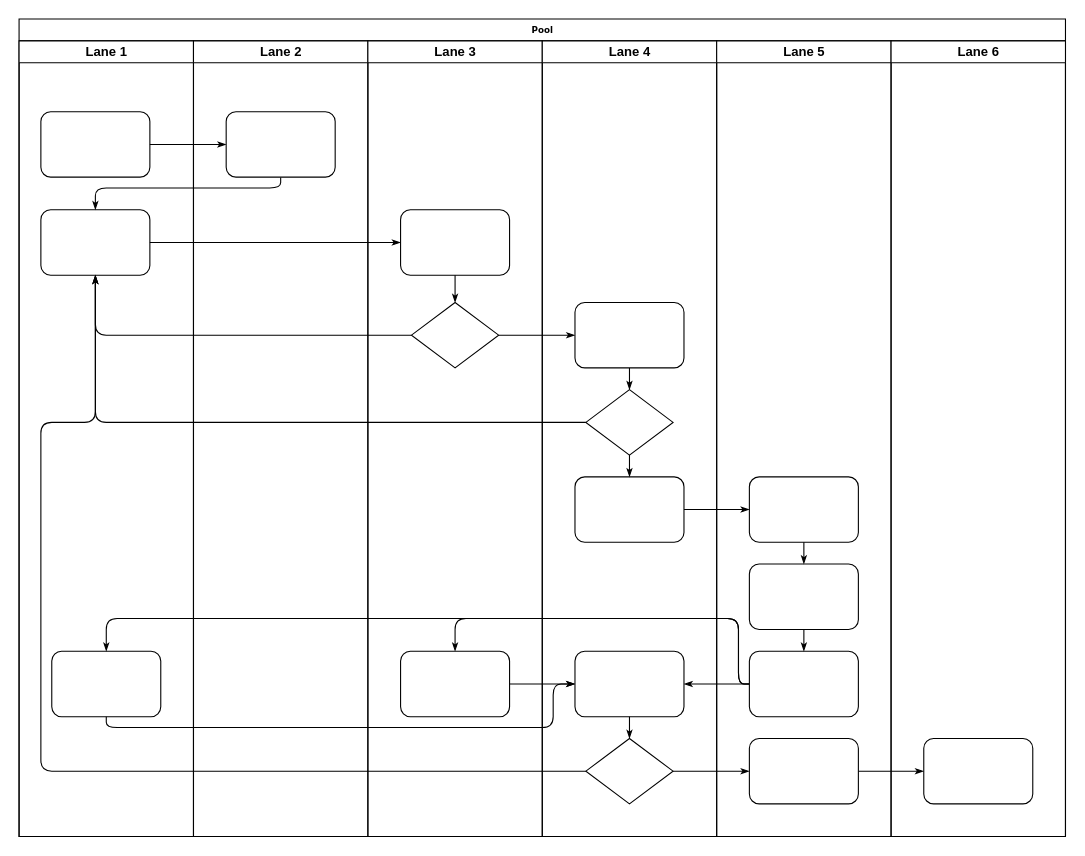
The draw.io diagram wiki_work/未命名绘图.drawio in xueye9/study, before the edit. Source tidied: cells renumbered, new cells numbered last; positions are measured from the earlier drawing's top-left corner, leaving out a move shared by most shapes. Both pictures are drawn from the tidied source at 109%, with x=0, y=0 at pixel (19, 19).
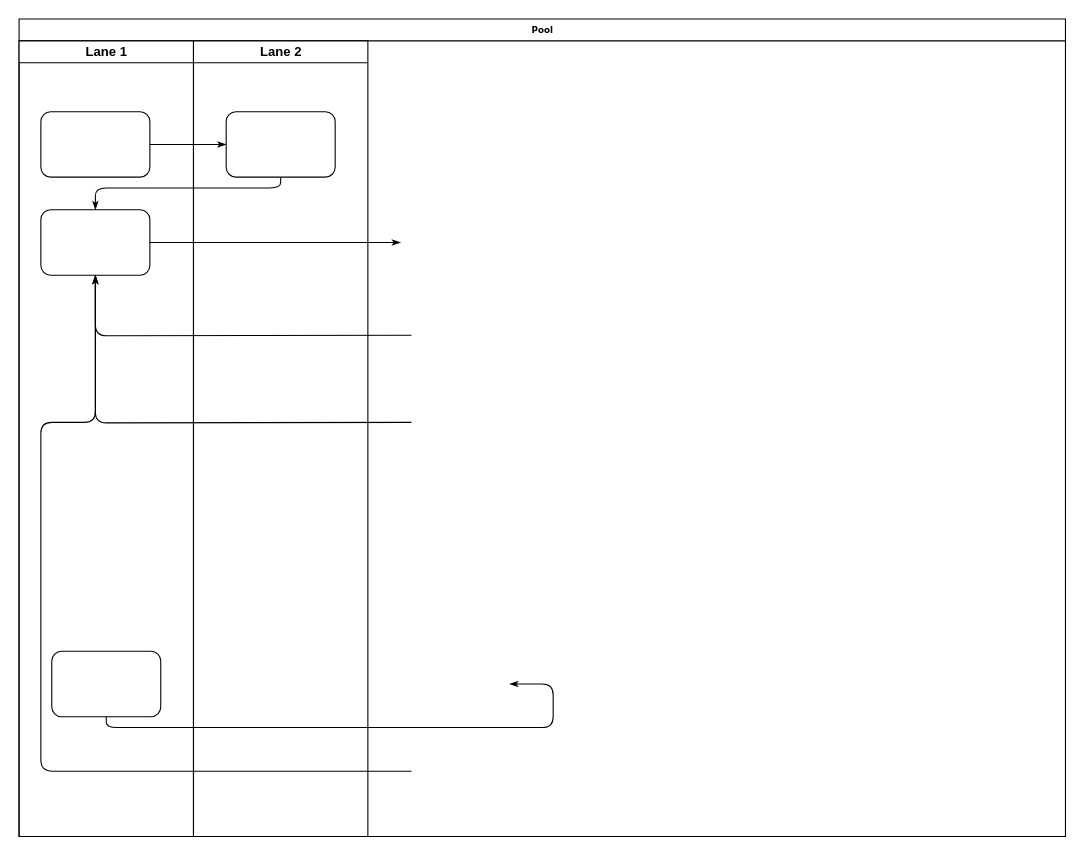
Above is the later version.

Commit message:
硬件需求互锁.drawio

The change refers to these unchanged cells:
```xml
<mxCell id="2" value="Pool" style="swimlane;html=1;startSize=20;rounded=0;shadow=0;labelBackgroundColor=none;strokeWidth=1;fontFamily=Verdana;fontSize=8;align=center;" parent="1" vertex="1">
  <mxGeometry width="960" height="750" as="geometry" />
</mxCell>
<mxCell id="5" style="rounded=1;whiteSpace=wrap;html=1;shadow=0;labelBackgroundColor=none;strokeWidth=1;fontFamily=Verdana;fontSize=8;align=center;" parent="3" vertex="1">
  <mxGeometry x="20" y="155" width="100" height="60" as="geometry" />
</mxCell>
<mxCell id="6" style="rounded=1;whiteSpace=wrap;html=1;shadow=0;labelBackgroundColor=none;strokeWidth=1;fontFamily=Verdana;fontSize=8;align=center;" parent="3" vertex="1">
  <mxGeometry x="30" y="560" width="100" height="60" as="geometry" />
</mxCell>
```

What changed in the source:
```diff
@@
-    <mxCell id="9" style="edgeStyle=orthogonalEdgeStyle;rounded=1;html=1;labelBackgroundColor=none;startArrow=none;startFill=0;startSize=5;endArrow=classicThin;endFill=1;endSize=5;jettySize=auto;strokeWidth=1;fontFamily=Verdana;fontSize=8;" parent="2" edge="1" source="5" target="25">
-      <mxGeometry relative="1" as="geometry" />
+    <mxCell id="9" style="edgeStyle=orthogonalEdgeStyle;rounded=1;html=1;labelBackgroundColor=none;startArrow=none;startFill=0;startSize=5;endArrow=classicThin;endFill=1;endSize=5;jettySize=auto;strokeWidth=1;fontFamily=Verdana;fontSize=8;" parent="2" edge="1" source="5">
+      <mxGeometry relative="1" as="geometry">
+        <mxPoint x="350" y="205" as="targetPoint" />
+      </mxGeometry>
     </mxCell>
-    <mxCell id="10" style="edgeStyle=orthogonalEdgeStyle;rounded=1;html=1;labelBackgroundColor=none;startArrow=none;startFill=0;startSize=5;endArrow=classicThin;endFill=1;endSize=5;jettySize=auto;strokeWidth=1;fontFamily=Verdana;fontSize=8;" parent="2" edge="1" source="26" target="5">
-      <mxGeometry relative="1" as="geometry" />
+    <mxCell id="10" style="edgeStyle=orthogonalEdgeStyle;rounded=1;html=1;labelBackgroundColor=none;startArrow=none;startFill=0;startSize=5;endArrow=classicThin;endFill=1;endSize=5;jettySize=auto;strokeWidth=1;fontFamily=Verdana;fontSize=8;" parent="2" edge="1" target="5">
+      <mxGeometry relative="1" as="geometry">
+        <mxPoint x="360" y="290" as="sourcePoint" />
+      </mxGeometry>
     </mxCell>
-    <mxCell id="11" style="edgeStyle=orthogonalEdgeStyle;rounded=1;html=1;labelBackgroundColor=none;startArrow=none;startFill=0;startSize=5;endArrow=classicThin;endFill=1;endSize=5;jettySize=auto;strokeWidth=1;fontFamily=Verdana;fontSize=8;" parent="2" edge="1" source="31" target="5">
-      <mxGeometry relative="1" as="geometry" />
+    <mxCell id="11" style="edgeStyle=orthogonalEdgeStyle;rounded=1;html=1;labelBackgroundColor=none;startArrow=none;startFill=0;startSize=5;endArrow=classicThin;endFill=1;endSize=5;jettySize=auto;strokeWidth=1;fontFamily=Verdana;fontSize=8;" parent="2" edge="1" target="5">
+      <mxGeometry relative="1" as="geometry">
+        <mxPoint x="360" y="370" as="sourcePoint" />
+      </mxGeometry>
     </mxCell>
-    <mxCell id="12" style="edgeStyle=orthogonalEdgeStyle;rounded=1;html=1;labelBackgroundColor=none;startArrow=none;startFill=0;startSize=5;endArrow=classicThin;endFill=1;endSize=5;jettySize=auto;strokeWidth=1;fontFamily=Verdana;fontSize=8;" parent="2" edge="1" source="34" target="5">
+    <mxCell id="12" style="edgeStyle=orthogonalEdgeStyle;rounded=1;html=1;labelBackgroundColor=none;startArrow=none;startFill=0;startSize=5;endArrow=classicThin;endFill=1;endSize=5;jettySize=auto;strokeWidth=1;fontFamily=Verdana;fontSize=8;" parent="2" edge="1" target="5">
       <mxGeometry relative="1" as="geometry">
+        <mxPoint x="360" y="690" as="sourcePoint" />
         <Array as="points">
           <mxPoint x="20" y="690" />
           <mxPoint x="20" y="370" />
           <mxPoint x="70" y="370" />
         </Array>
       </mxGeometry>
     </mxCell>
-    <mxCell id="13" style="edgeStyle=orthogonalEdgeStyle;rounded=1;html=1;labelBackgroundColor=none;startArrow=none;startFill=0;startSize=5;endArrow=classicThin;endFill=1;endSize=5;jettySize=auto;strokeWidth=1;fontFamily=Verdana;fontSize=8;" parent="2" edge="1" source="26" target="30">
-      <mxGeometry relative="1" as="geometry" />
-    </mxCell>
-    <mxCell id="14" style="edgeStyle=orthogonalEdgeStyle;rounded=1;html=1;labelBackgroundColor=none;startArrow=none;startFill=0;startSize=5;endArrow=classicThin;endFill=1;endSize=5;jettySize=auto;strokeWidth=1;fontFamily=Verdana;fontSize=8;" parent="2" edge="1" source="34" target="42">
-      <mxGeometry relative="1" as="geometry" />
-    </mxCell>
-    <mxCell id="15" style="edgeStyle=orthogonalEdgeStyle;rounded=1;html=1;labelBackgroundColor=none;startArrow=none;startFill=0;startSize=5;endArrow=classicThin;endFill=1;endSize=5;jettySize=auto;strokeWidth=1;fontFamily=Verdana;fontSize=8;" parent="2" edge="1" source="42" target="46">
-      <mxGeometry relative="1" as="geometry" />
-    </mxCell>
-    <mxCell id="16" style="edgeStyle=orthogonalEdgeStyle;rounded=1;html=1;labelBackgroundColor=none;startArrow=none;startFill=0;startSize=5;endArrow=classicThin;endFill=1;endSize=5;jettySize=auto;strokeWidth=1;fontFamily=Verdana;fontSize=8;" parent="2" edge="1" source="32" target="39">
-      <mxGeometry relative="1" as="geometry" />
-    </mxCell>
-    <mxCell id="17" style="edgeStyle=orthogonalEdgeStyle;rounded=1;html=1;labelBackgroundColor=none;startArrow=none;startFill=0;startSize=5;endArrow=classicThin;endFill=1;endSize=5;jettySize=auto;strokeWidth=1;fontFamily=Verdana;fontSize=8;" parent="2" edge="1" source="41" target="27">
-      <mxGeometry relative="1" as="geometry">
-        <Array as="points">
-          <mxPoint x="660" y="610" />
-          <mxPoint x="660" y="550" />
-          <mxPoint x="400" y="550" />
-        </Array>
-      </mxGeometry>
-    </mxCell>
-    <mxCell id="18" style="edgeStyle=orthogonalEdgeStyle;rounded=1;html=1;labelBackgroundColor=none;startArrow=none;startFill=0;startSize=5;endArrow=classicThin;endFill=1;endSize=5;jettySize=auto;strokeColor=#000000;strokeWidth=1;fontFamily=Verdana;fontSize=8;fontColor=#000000;" parent="2" edge="1" source="41" target="33">
-      <mxGeometry relative="1" as="geometry" />
-    </mxCell>
-    <mxCell id="19" style="edgeStyle=orthogonalEdgeStyle;rounded=1;html=1;labelBackgroundColor=none;startArrow=none;startFill=0;startSize=5;endArrow=classicThin;endFill=1;endSize=5;jettySize=auto;strokeWidth=1;fontFamily=Verdana;fontSize=8;" parent="2" edge="1" source="41" target="6">
-      <mxGeometry relative="1" as="geometry">
-        <Array as="points">
-          <mxPoint x="660" y="610" />
-          <mxPoint x="660" y="550" />
-          <mxPoint x="80" y="550" />
-        </Array>
-      </mxGeometry>
-    </mxCell>
-    <mxCell id="20" style="edgeStyle=orthogonalEdgeStyle;rounded=1;html=1;labelBackgroundColor=none;startArrow=none;startFill=0;startSize=5;endArrow=classicThin;endFill=1;endSize=5;jettySize=auto;strokeWidth=1;fontFamily=Verdana;fontSize=8;" parent="2" edge="1" source="6" target="33">
+    <mxCell id="20" style="edgeStyle=orthogonalEdgeStyle;rounded=1;html=1;labelBackgroundColor=none;startArrow=none;startFill=0;startSize=5;endArrow=classicThin;endFill=1;endSize=5;jettySize=auto;strokeWidth=1;fontFamily=Verdana;fontSize=8;" parent="2" edge="1" source="6">
       <mxGeometry relative="1" as="geometry">
+        <mxPoint x="450" y="610" as="targetPoint" />
         <Array as="points">
           <mxPoint x="80" y="650" />
           <mxPoint x="490" y="650" />
           <mxPoint x="490" y="610" />
         </Array>
       </mxGeometry>
     </mxCell>
-    <mxCell id="21" style="edgeStyle=orthogonalEdgeStyle;rounded=1;html=1;labelBackgroundColor=none;startArrow=none;startFill=0;startSize=5;endArrow=classicThin;endFill=1;endSize=5;jettySize=auto;strokeWidth=1;fontFamily=Verdana;fontSize=8;" parent="2" edge="1" source="27" target="33">
-      <mxGeometry relative="1" as="geometry" />
-    </mxCell>
@@
-    <mxCell id="24" value="Lane 3" style="swimlane;html=1;startSize=20;" parent="2" vertex="1">
-      <mxGeometry x="320" y="20" width="160" height="730" as="geometry" />
-    </mxCell>
-    <mxCell id="25" style="rounded=1;whiteSpace=wrap;html=1;shadow=0;labelBackgroundColor=none;strokeWidth=1;fontFamily=Verdana;fontSize=8;align=center;" parent="24" vertex="1">
-      <mxGeometry x="30" y="155" width="100" height="60" as="geometry" />
-    </mxCell>
-    <mxCell id="26" style="rhombus;whiteSpace=wrap;html=1;rounded=0;shadow=0;labelBackgroundColor=none;strokeWidth=1;fontFamily=Verdana;fontSize=8;align=center;" parent="24" vertex="1">
-      <mxGeometry x="40" y="240" width="80" height="60" as="geometry" />
-    </mxCell>
-    <mxCell id="27" style="rounded=1;whiteSpace=wrap;html=1;shadow=0;labelBackgroundColor=none;strokeWidth=1;fontFamily=Verdana;fontSize=8;align=center;" parent="24" vertex="1">
-      <mxGeometry x="30" y="560" width="100" height="60" as="geometry" />
-    </mxCell>
-    <mxCell id="28" style="edgeStyle=orthogonalEdgeStyle;rounded=1;html=1;labelBackgroundColor=none;startArrow=none;startFill=0;startSize=5;endArrow=classicThin;endFill=1;endSize=5;jettySize=auto;strokeWidth=1;fontFamily=Verdana;fontSize=8;" parent="24" edge="1" source="25" target="26">
-      <mxGeometry relative="1" as="geometry" />
-    </mxCell>
-    <mxCell id="29" value="Lane 4" style="swimlane;html=1;startSize=20;" parent="2" vertex="1">
-      <mxGeometry x="480" y="20" width="160" height="730" as="geometry" />
-    </mxCell>
-    <mxCell id="30" style="rounded=1;whiteSpace=wrap;html=1;shadow=0;labelBackgroundColor=none;strokeWidth=1;fontFamily=Verdana;fontSize=8;align=center;" parent="29" vertex="1">
-      <mxGeometry x="30" y="240" width="100" height="60" as="geometry" />
-    </mxCell>
-    <mxCell id="31" style="rhombus;whiteSpace=wrap;html=1;rounded=0;shadow=0;labelBackgroundColor=none;strokeWidth=1;fontFamily=Verdana;fontSize=8;align=center;" parent="29" vertex="1">
-      <mxGeometry x="40" y="320" width="80" height="60" as="geometry" />
-    </mxCell>
-    <mxCell id="32" style="rounded=1;whiteSpace=wrap;html=1;shadow=0;labelBackgroundColor=none;strokeWidth=1;fontFamily=Verdana;fontSize=8;align=center;" parent="29" vertex="1">
-      <mxGeometry x="30" y="400" width="100" height="60" as="geometry" />
-    </mxCell>
-    <mxCell id="33" style="rounded=1;whiteSpace=wrap;html=1;shadow=0;labelBackgroundColor=none;strokeWidth=1;fontFamily=Verdana;fontSize=8;align=center;" parent="29" vertex="1">
-      <mxGeometry x="30" y="560" width="100" height="60" as="geometry" />
-    </mxCell>
-    <mxCell id="34" style="rhombus;whiteSpace=wrap;html=1;rounded=0;shadow=0;labelBackgroundColor=none;strokeWidth=1;fontFamily=Verdana;fontSize=8;align=center;" parent="29" vertex="1">
-      <mxGeometry x="40" y="640" width="80" height="60" as="geometry" />
-    </mxCell>
-    <mxCell id="35" style="edgeStyle=orthogonalEdgeStyle;rounded=1;html=1;labelBackgroundColor=none;startArrow=none;startFill=0;startSize=5;endArrow=classicThin;endFill=1;endSize=5;jettySize=auto;strokeColor=#000000;strokeWidth=1;fontFamily=Verdana;fontSize=8;fontColor=#000000;" parent="29" edge="1" source="30" target="31">
-      <mxGeometry relative="1" as="geometry" />
-    </mxCell>
-    <mxCell id="36" style="edgeStyle=orthogonalEdgeStyle;rounded=1;html=1;labelBackgroundColor=none;startArrow=none;startFill=0;startSize=5;endArrow=classicThin;endFill=1;endSize=5;jettySize=auto;strokeWidth=1;fontFamily=Verdana;fontSize=8;" parent="29" edge="1" source="31" target="32">
-      <mxGeometry relative="1" as="geometry" />
-    </mxCell>
-    <mxCell id="37" style="edgeStyle=orthogonalEdgeStyle;rounded=1;html=1;labelBackgroundColor=none;startArrow=none;startFill=0;startSize=5;endArrow=classicThin;endFill=1;endSize=5;jettySize=auto;strokeWidth=1;fontFamily=Verdana;fontSize=8;" parent="29" edge="1" source="33" target="34">
-      <mxGeometry relative="1" as="geometry" />
-    </mxCell>
-    <mxCell id="38" value="Lane 5" style="swimlane;html=1;startSize=20;" parent="2" vertex="1">
-      <mxGeometry x="640" y="20" width="160" height="730" as="geometry" />
-    </mxCell>
-    <mxCell id="39" style="rounded=1;whiteSpace=wrap;html=1;shadow=0;labelBackgroundColor=none;strokeWidth=1;fontFamily=Verdana;fontSize=8;align=center;" parent="38" vertex="1">
-      <mxGeometry x="30" y="400" width="100" height="60" as="geometry" />
-    </mxCell>
-    <mxCell id="40" style="rounded=1;whiteSpace=wrap;html=1;shadow=0;labelBackgroundColor=none;strokeWidth=1;fontFamily=Verdana;fontSize=8;align=center;" parent="38" vertex="1">
-      <mxGeometry x="30" y="480" width="100" height="60" as="geometry" />
-    </mxCell>
-    <mxCell id="41" style="rounded=1;whiteSpace=wrap;html=1;shadow=0;labelBackgroundColor=none;strokeWidth=1;fontFamily=Verdana;fontSize=8;align=center;" parent="38" vertex="1">
-      <mxGeometry x="30" y="560" width="100" height="60" as="geometry" />
-    </mxCell>
-    <mxCell id="42" style="rounded=1;whiteSpace=wrap;html=1;shadow=0;labelBackgroundColor=none;strokeWidth=1;fontFamily=Verdana;fontSize=8;align=center;" parent="38" vertex="1">
-      <mxGeometry x="30" y="640" width="100" height="60" as="geometry" />
-    </mxCell>
-    <mxCell id="43" style="edgeStyle=orthogonalEdgeStyle;rounded=1;html=1;labelBackgroundColor=none;startArrow=none;startFill=0;startSize=5;endArrow=classicThin;endFill=1;endSize=5;jettySize=auto;strokeWidth=1;fontFamily=Verdana;fontSize=8;" parent="38" edge="1" source="39" target="40">
-      <mxGeometry relative="1" as="geometry" />
-    </mxCell>
-    <mxCell id="44" style="edgeStyle=orthogonalEdgeStyle;rounded=1;html=1;labelBackgroundColor=none;startArrow=none;startFill=0;startSize=5;endArrow=classicThin;endFill=1;endSize=5;jettySize=auto;strokeWidth=1;fontFamily=Verdana;fontSize=8;" parent="38" edge="1" source="40" target="41">
-      <mxGeometry relative="1" as="geometry" />
-    </mxCell>
-    <mxCell id="45" value="Lane 6" style="swimlane;html=1;startSize=20;" parent="2" vertex="1">
-      <mxGeometry x="800" y="20" width="160" height="730" as="geometry" />
-    </mxCell>
-    <mxCell id="46" style="rounded=1;whiteSpace=wrap;html=1;shadow=0;labelBackgroundColor=none;strokeWidth=1;fontFamily=Verdana;fontSize=8;align=center;" parent="45" vertex="1">
-      <mxGeometry x="30" y="640" width="100" height="60" as="geometry" />
-    </mxCell>
```
